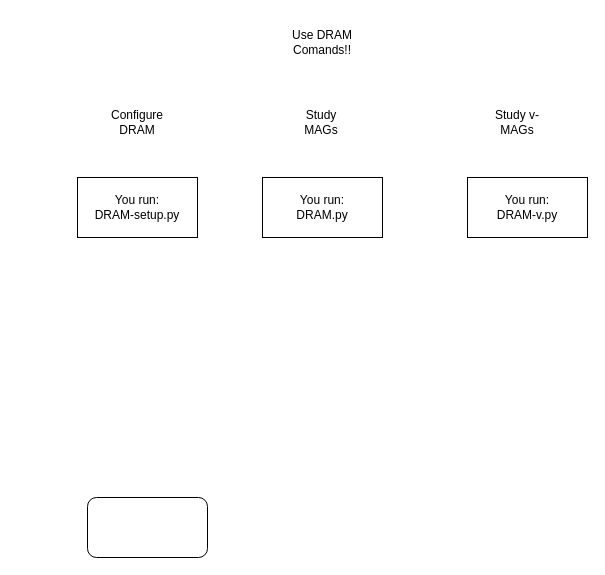
Above: images/Untitled Diagram.drawio in WrightonLabCSU/DRAM (draw.io), before the change. Source tidied: cells renumbered, new cells numbered last; positions are measured from the earlier drawing's top-left corner, leaving out a move shared by most shapes. Both pictures are drawn from the tidied source at 100%, with x=0, y=0 at pixel (77, 17).
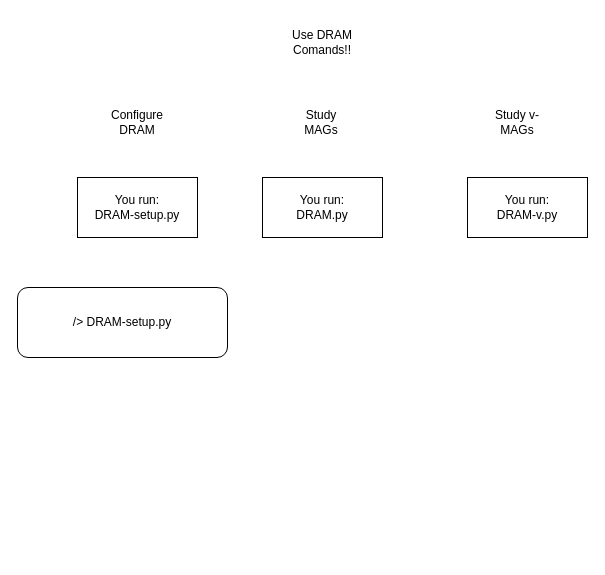
The same page after the edit.

Change to the diagram source:
```diff
@@
 <mxGraphModel>
   <root>
     <mxCell id="0" />
     <mxCell id="1" parent="0" />
     <mxCell id="2" value="&lt;div&gt;&lt;br&gt;&lt;/div&gt;" style="text;html=1;align=center;verticalAlign=middle;strokeColor=none;fillColor=none;" parent="1" vertex="1">
       <mxGeometry x="190" y="115" width="20" height="30" as="geometry" />
     </mxCell>
     <mxCell id="3" value="&lt;div&gt;Use DRAM Comands!!&lt;/div&gt;" style="text;html=1;strokeColor=none;fillColor=none;align=center;verticalAlign=middle;whiteSpace=wrap;rounded=0;" parent="1" vertex="1">
       <mxGeometry x="210" width="70" height="50" as="geometry" />
     </mxCell>
     <mxCell id="4" value="Configure DRAM" style="text;html=1;strokeColor=none;fillColor=none;align=center;verticalAlign=middle;whiteSpace=wrap;rounded=0;" parent="1" vertex="1">
       <mxGeometry x="30" y="90" width="60" height="30" as="geometry" />
     </mxCell>
     <mxCell id="5" value="Study MAGs" style="text;html=1;strokeColor=none;fillColor=none;align=center;verticalAlign=middle;whiteSpace=wrap;rounded=0;" parent="1" vertex="1">
       <mxGeometry x="214" y="90" width="60" height="30" as="geometry" />
     </mxCell>
     <mxCell id="6" value="&lt;div&gt;Study v-MAGs&lt;/div&gt;" style="text;html=1;strokeColor=none;fillColor=none;align=center;verticalAlign=middle;whiteSpace=wrap;rounded=0;" parent="1" vertex="1">
       <mxGeometry x="410" y="90" width="60" height="30" as="geometry" />
     </mxCell>
     <mxCell id="7" value="&lt;div&gt;You run:&lt;/div&gt;&lt;div&gt;DRAM-setup.py&lt;br&gt;&lt;/div&gt;" style="rounded=0;whiteSpace=wrap;html=1;" parent="1" vertex="1">
       <mxGeometry y="160" width="120" height="60" as="geometry" />
     </mxCell>
     <mxCell id="8" value="&lt;div&gt;You run:&lt;/div&gt;&lt;div&gt;DRAM.py&lt;br&gt;&lt;/div&gt;" style="rounded=0;whiteSpace=wrap;html=1;" parent="1" vertex="1">
       <mxGeometry x="185" y="160" width="120" height="60" as="geometry" />
     </mxCell>
     <mxCell id="9" value="&lt;div&gt;You run:&lt;/div&gt;&lt;div&gt;DRAM-v.py&lt;br&gt;&lt;/div&gt;" style="rounded=0;whiteSpace=wrap;html=1;" parent="1" vertex="1">
       <mxGeometry x="390" y="160" width="120" height="60" as="geometry" />
     </mxCell>
-    <mxCell id="10" style="rounded=1;whiteSpace=wrap;html=1;" parent="1" vertex="1">
-      <mxGeometry x="10" y="480" width="120" height="60" as="geometry" />
+    <mxCell id="10" value="/&amp;gt; DRAM-setup.py" style="rounded=1;whiteSpace=wrap;html=1;" parent="1" vertex="1">
+      <mxGeometry x="-60" y="270" width="210" height="70" as="geometry" />
     </mxCell>
   </root>
 </mxGraphModel>
```
